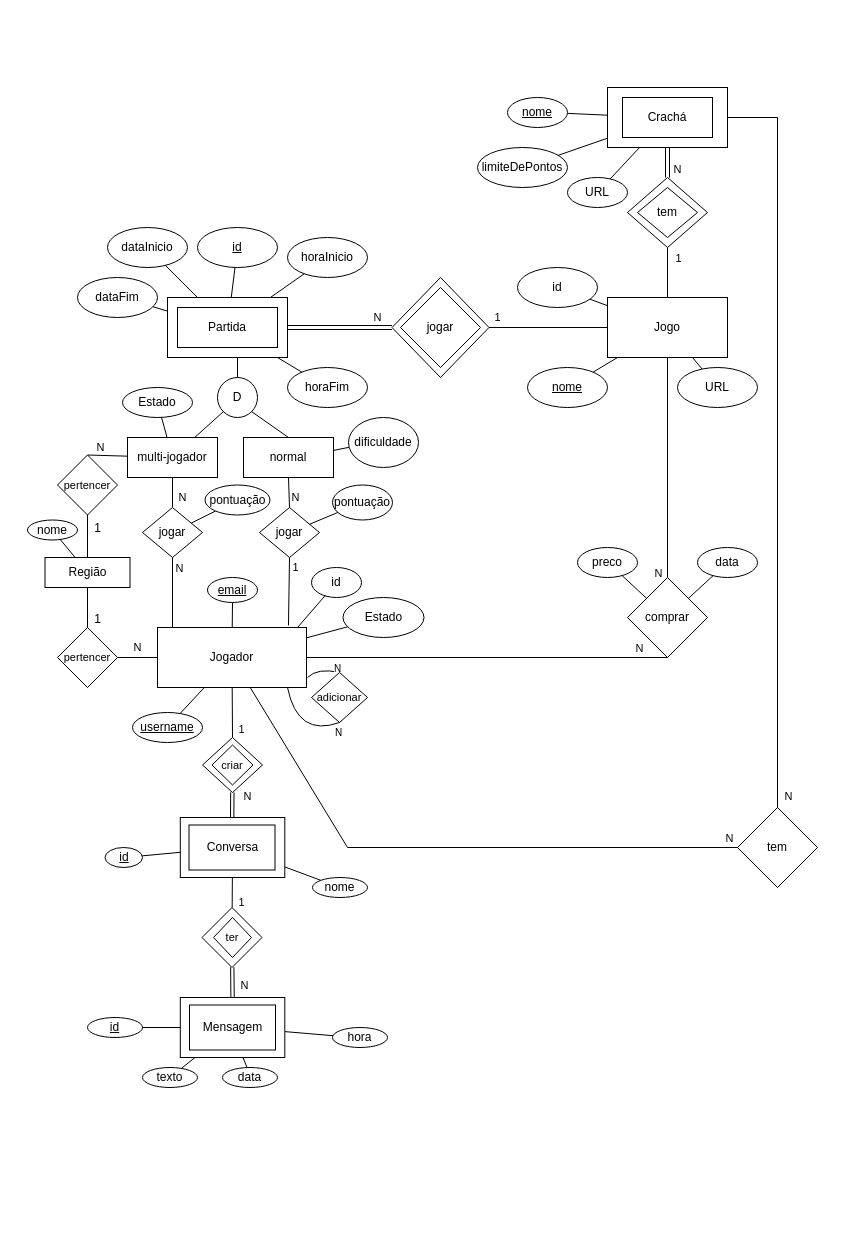
Before: Fase1.drawio in DiogoFAS/LEIC-42D-SI, a draw.io diagram. Source tidied: cells renumbered, new cells numbered last; positions are measured from the earlier drawing's top-left corner, leaving out a move shared by most shapes. Both pictures are drawn from the tidied source at 100%, with x=0, y=0 at pixel (27, 87).
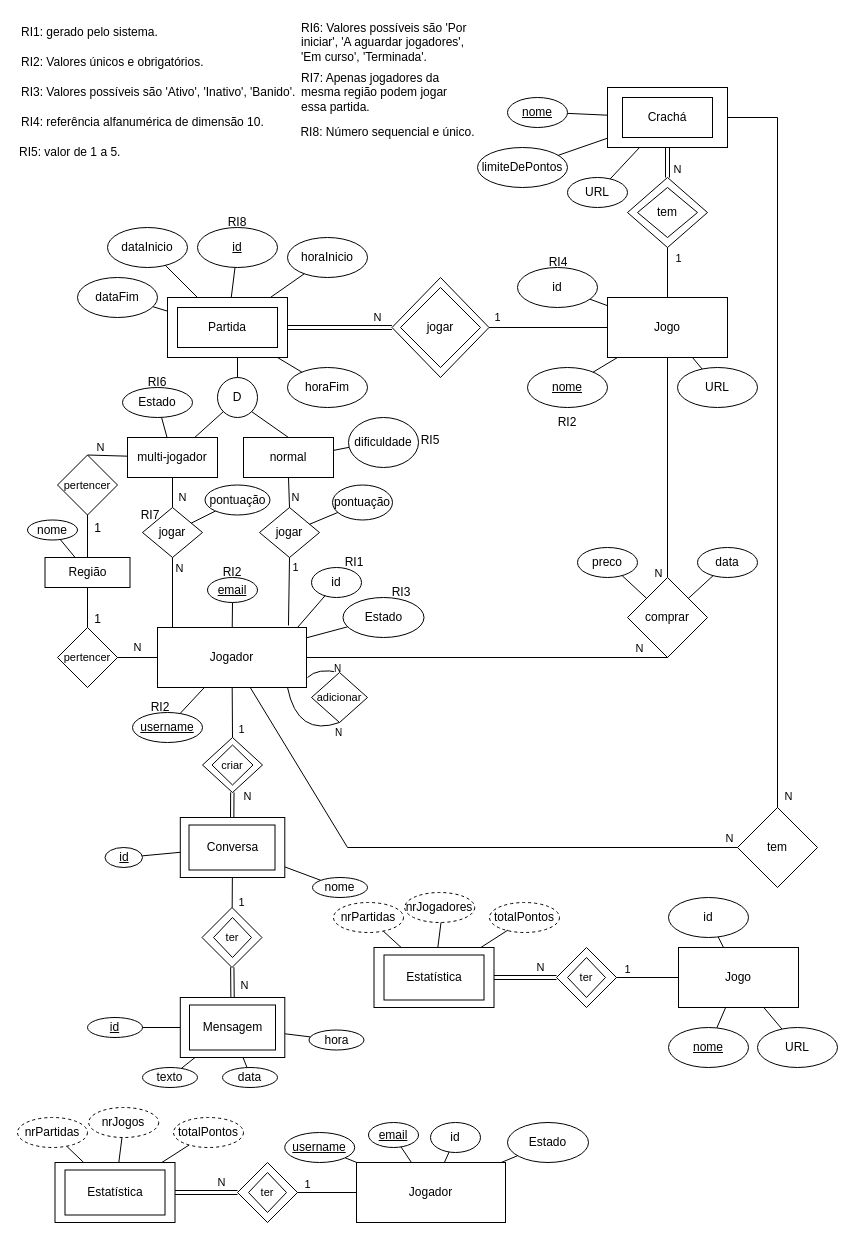
The same page after the edit.

What changed in the source:
```diff
@@
     <mxCell id="100" value="hora" style="ellipse;whiteSpace=wrap;html=1;fontStyle=0;" parent="1" vertex="1">
-      <mxGeometry x="305" y="940" width="55" height="20" as="geometry" />
+      <mxGeometry x="281.5" y="942.5" width="55" height="20" as="geometry" />
     </mxCell>
@@
+    <mxCell id="121" value="Jogador" style="rounded=0;whiteSpace=wrap;html=1;" parent="1" vertex="1">
+      <mxGeometry x="329" y="1075" width="149" height="60" as="geometry" />
+    </mxCell>
+    <mxCell id="122" value="id" style="ellipse;whiteSpace=wrap;html=1;" parent="1" vertex="1">
+      <mxGeometry x="403" y="1035" width="50" height="30" as="geometry" />
+    </mxCell>
+    <mxCell id="123" style="endArrow=none;html=1;rounded=0;" parent="1" edge="1" source="122" target="121">
+      <mxGeometry relative="1" as="geometry" />
+    </mxCell>
+    <mxCell id="124" value="&lt;u&gt;email&lt;/u&gt;" style="ellipse;whiteSpace=wrap;html=1;" parent="1" vertex="1">
+      <mxGeometry x="341" y="1035" width="50" height="25" as="geometry" />
+    </mxCell>
+    <mxCell id="125" style="endArrow=none;html=1;rounded=0;" parent="1" edge="1" source="124" target="121">
+      <mxGeometry relative="1" as="geometry" />
+    </mxCell>
+    <mxCell id="126" value="&lt;u&gt;username&lt;/u&gt;" style="ellipse;whiteSpace=wrap;html=1;" parent="1" vertex="1">
+      <mxGeometry x="257.2" y="1045" width="70" height="30" as="geometry" />
+    </mxCell>
+    <mxCell id="127" style="endArrow=none;html=1;rounded=0;" parent="1" edge="1" source="126" target="121">
+      <mxGeometry relative="1" as="geometry" />
+    </mxCell>
+    <mxCell id="128" value="Estado" style="ellipse;whiteSpace=wrap;html=1;" parent="1" vertex="1">
+      <mxGeometry x="480" y="1035" width="81" height="40" as="geometry" />
+    </mxCell>
+    <mxCell id="129" style="endArrow=none;html=1;rounded=0;" parent="1" edge="1" source="128" target="121">
+      <mxGeometry relative="1" as="geometry" />
+    </mxCell>
+    <mxCell id="130" value="ter" style="rhombus;whiteSpace=wrap;html=1;fontSize=11;" parent="1" vertex="1">
+      <mxGeometry x="210" y="1075" width="60" height="60" as="geometry" />
+    </mxCell>
+    <mxCell id="131" style="rhombus;whiteSpace=wrap;html=1;fontSize=11;fillColor=none;" parent="1" vertex="1">
+      <mxGeometry x="221" y="1085" width="38" height="40" as="geometry" />
+    </mxCell>
+    <mxCell id="132" style="endArrow=none;html=1;rounded=0;exitX=1;exitY=0.5;exitDx=0;exitDy=0;entryX=0;entryY=0.5;entryDx=0;entryDy=0;" parent="1" edge="1" source="130" target="121">
+      <mxGeometry relative="1" as="geometry" />
+    </mxCell>
+    <mxCell id="133" value="1" style="edgeLabel;html=1;align=center;verticalAlign=middle;" parent="132" vertex="1">
+      <mxGeometry x="-0.41" y="1" relative="1" as="geometry">
+        <mxPoint x="-8" y="-8" as="offset" />
+      </mxGeometry>
+    </mxCell>
+    <mxCell id="134" value="Estatística" style="rounded=0;whiteSpace=wrap;html=1;" parent="1" vertex="1">
+      <mxGeometry x="27.5" y="1075" width="120" height="60" as="geometry" />
+    </mxCell>
+    <mxCell id="135" style="endArrow=none;html=1;rounded=0;exitX=1;exitY=0.5;exitDx=0;exitDy=0;entryX=0;entryY=0.5;entryDx=0;entryDy=0;shape=link;" parent="1" edge="1" source="134" target="130">
+      <mxGeometry relative="1" as="geometry" />
+    </mxCell>
+    <mxCell id="136" value="N" style="edgeLabel;html=1;align=center;verticalAlign=middle;" parent="135" vertex="1">
+      <mxGeometry x="0.16" y="1" relative="1" as="geometry">
+        <mxPoint x="10" y="-10" as="offset" />
+      </mxGeometry>
+    </mxCell>
+    <mxCell id="137" value="nrPartidas" style="ellipse;whiteSpace=wrap;html=1;dashed=1;" parent="1" vertex="1">
+      <mxGeometry x="-10" y="1030" width="70" height="30" as="geometry" />
+    </mxCell>
+    <mxCell id="138" style="endArrow=none;html=1;rounded=0;" parent="1" edge="1" source="134" target="137">
+      <mxGeometry relative="1" as="geometry" />
+    </mxCell>
+    <mxCell id="139" value="nrJogos" style="ellipse;whiteSpace=wrap;html=1;dashed=1;" parent="1" vertex="1">
+      <mxGeometry x="61.2" y="1020" width="70" height="30" as="geometry" />
+    </mxCell>
+    <mxCell id="140" style="endArrow=none;html=1;rounded=0;" parent="1" edge="1" source="134" target="139">
+      <mxGeometry relative="1" as="geometry" />
+    </mxCell>
+    <mxCell id="141" value="totalPontos" style="ellipse;whiteSpace=wrap;html=1;dashed=1;" parent="1" vertex="1">
+      <mxGeometry x="146" y="1030" width="70" height="30" as="geometry" />
+    </mxCell>
+    <mxCell id="142" style="endArrow=none;html=1;rounded=0;" parent="1" edge="1" source="134" target="141">
+      <mxGeometry relative="1" as="geometry" />
+    </mxCell>
+    <mxCell id="143" style="rounded=0;whiteSpace=wrap;html=1;fillColor=none;" parent="1" vertex="1">
+      <mxGeometry x="37.5" y="1082.5" width="100" height="45" as="geometry" />
+    </mxCell>
+    <mxCell id="144" value="Jogo" style="rounded=0;whiteSpace=wrap;html=1;" parent="1" vertex="1">
+      <mxGeometry x="651" y="860" width="120" height="60" as="geometry" />
+    </mxCell>
+    <mxCell id="145" style="endArrow=none;html=1;rounded=0;" parent="1" edge="1" source="146" target="144">
+      <mxGeometry relative="1" as="geometry" />
+    </mxCell>
+    <mxCell id="146" value="id" style="ellipse;whiteSpace=wrap;html=1;" parent="1" vertex="1">
+      <mxGeometry x="641" y="810" width="80" height="40" as="geometry" />
+    </mxCell>
+    <mxCell id="147" value="&lt;u&gt;nome&lt;/u&gt;" style="ellipse;whiteSpace=wrap;html=1;" parent="1" vertex="1">
+      <mxGeometry x="641" y="940" width="80" height="40" as="geometry" />
+    </mxCell>
+    <mxCell id="148" style="endArrow=none;html=1;rounded=0;" parent="1" edge="1" source="147" target="144">
+      <mxGeometry relative="1" as="geometry" />
+    </mxCell>
+    <mxCell id="149" value="URL" style="ellipse;whiteSpace=wrap;html=1;" parent="1" vertex="1">
+      <mxGeometry x="730" y="940" width="80" height="40" as="geometry" />
+    </mxCell>
+    <mxCell id="150" style="endArrow=none;html=1;rounded=0;" parent="1" edge="1" source="144" target="149">
+      <mxGeometry relative="1" as="geometry" />
+    </mxCell>
+    <mxCell id="151" value="ter" style="rhombus;whiteSpace=wrap;html=1;fontSize=11;" parent="1" vertex="1">
+      <mxGeometry x="529" y="860" width="60" height="60" as="geometry" />
+    </mxCell>
+    <mxCell id="152" style="rhombus;whiteSpace=wrap;html=1;fontSize=11;fillColor=none;" parent="1" vertex="1">
+      <mxGeometry x="540" y="870" width="38" height="40" as="geometry" />
+    </mxCell>
+    <mxCell id="153" value="Estatística" style="rounded=0;whiteSpace=wrap;html=1;" parent="1" vertex="1">
+      <mxGeometry x="346.5" y="860" width="120" height="60" as="geometry" />
+    </mxCell>
+    <mxCell id="154" style="endArrow=none;html=1;rounded=0;exitX=1;exitY=0.5;exitDx=0;exitDy=0;entryX=0;entryY=0.5;entryDx=0;entryDy=0;shape=link;" parent="1" edge="1" source="153" target="151">
+      <mxGeometry relative="1" as="geometry" />
+    </mxCell>
+    <mxCell id="155" value="N" style="edgeLabel;html=1;align=center;verticalAlign=middle;" parent="154" vertex="1">
+      <mxGeometry x="0.16" y="1" relative="1" as="geometry">
+        <mxPoint x="10" y="-10" as="offset" />
+      </mxGeometry>
+    </mxCell>
+    <mxCell id="156" value="nrPartidas" style="ellipse;whiteSpace=wrap;html=1;dashed=1;" parent="1" vertex="1">
+      <mxGeometry x="306" y="815" width="70" height="30" as="geometry" />
+    </mxCell>
+    <mxCell id="157" style="endArrow=none;html=1;rounded=0;" parent="1" edge="1" source="153" target="156">
+      <mxGeometry relative="1" as="geometry" />
+    </mxCell>
+    <mxCell id="158" value="nrJogadores" style="ellipse;whiteSpace=wrap;html=1;dashed=1;" parent="1" vertex="1">
+      <mxGeometry x="377.2" y="805" width="70" height="30" as="geometry" />
+    </mxCell>
+    <mxCell id="159" style="endArrow=none;html=1;rounded=0;" parent="1" edge="1" source="153">
+      <mxGeometry relative="1" as="geometry">
+        <mxPoint x="413.5" y="835" as="targetPoint" />
+      </mxGeometry>
+    </mxCell>
+    <mxCell id="160" value="totalPontos" style="ellipse;whiteSpace=wrap;html=1;dashed=1;" parent="1" vertex="1">
+      <mxGeometry x="462" y="815" width="70" height="30" as="geometry" />
+    </mxCell>
+    <mxCell id="161" style="endArrow=none;html=1;rounded=0;" parent="1" edge="1" source="153">
+      <mxGeometry relative="1" as="geometry">
+        <mxPoint x="480.6" y="842.5" as="targetPoint" />
+      </mxGeometry>
+    </mxCell>
+    <mxCell id="162" style="rounded=0;whiteSpace=wrap;html=1;fillColor=none;" parent="1" vertex="1">
+      <mxGeometry x="356.5" y="867.5" width="100" height="45" as="geometry" />
+    </mxCell>
+    <mxCell id="163" style="endArrow=none;html=1;rounded=0;exitX=1;exitY=0.5;exitDx=0;exitDy=0;entryX=0;entryY=0.5;entryDx=0;entryDy=0;" parent="1" edge="1" source="151" target="144">
+      <mxGeometry relative="1" as="geometry" />
+    </mxCell>
+    <mxCell id="164" value="1" style="edgeLabel;html=1;align=center;verticalAlign=middle;" parent="163" vertex="1">
+      <mxGeometry x="-0.41" y="1" relative="1" as="geometry">
+        <mxPoint x="-8" y="-8" as="offset" />
+      </mxGeometry>
+    </mxCell>
+    <mxCell id="165" value="RI2" style="text;html=1;strokeColor=none;fillColor=none;align=center;verticalAlign=middle;whiteSpace=wrap;rounded=0;" parent="1" vertex="1">
+      <mxGeometry x="174.5" y="470" width="60" height="30" as="geometry" />
+    </mxCell>
+    <mxCell id="166" value="RI1" style="text;html=1;strokeColor=none;fillColor=none;align=center;verticalAlign=middle;whiteSpace=wrap;rounded=0;" parent="1" vertex="1">
+      <mxGeometry x="296.5" y="460" width="60" height="30" as="geometry" />
+    </mxCell>
+    <mxCell id="167" value="RI2" style="text;html=1;strokeColor=none;fillColor=none;align=center;verticalAlign=middle;whiteSpace=wrap;rounded=0;" parent="1" vertex="1">
+      <mxGeometry x="102.5" y="605" width="60" height="30" as="geometry" />
+    </mxCell>
+    <mxCell id="168" value="RI1: gerado pelo sistema." style="text;html=1;strokeColor=none;fillColor=none;align=left;verticalAlign=middle;whiteSpace=wrap;rounded=0;" parent="1" vertex="1">
+      <mxGeometry x="-8.5" y="-70" width="140" height="30" as="geometry" />
+    </mxCell>
+    <mxCell id="169" value="RI2: Valores únicos e obrigatórios." style="text;html=1;strokeColor=none;fillColor=none;align=left;verticalAlign=middle;whiteSpace=wrap;rounded=0;" parent="1" vertex="1">
+      <mxGeometry x="-8.5" y="-40" width="190" height="30" as="geometry" />
+    </mxCell>
+    <mxCell id="170" value="RI3: Valores possíveis são 'Ativo', 'Inativo', 'Banido'." style="text;html=1;strokeColor=none;fillColor=none;align=left;verticalAlign=middle;whiteSpace=wrap;rounded=0;" parent="1" vertex="1">
+      <mxGeometry x="-8.5" y="-10" width="280" height="30" as="geometry" />
+    </mxCell>
+    <mxCell id="171" value="RI3" style="text;html=1;strokeColor=none;fillColor=none;align=center;verticalAlign=middle;whiteSpace=wrap;rounded=0;" parent="1" vertex="1">
+      <mxGeometry x="344" y="490" width="60" height="30" as="geometry" />
+    </mxCell>
+    <mxCell id="172" value="RI4:&amp;nbsp;referência alfanumérica de dimensão 10." style="text;html=1;strokeColor=none;fillColor=none;align=left;verticalAlign=middle;whiteSpace=wrap;rounded=0;" parent="1" vertex="1">
+      <mxGeometry x="-8.5" y="20" width="250" height="30" as="geometry" />
+    </mxCell>
+    <mxCell id="173" value="RI4" style="text;html=1;strokeColor=none;fillColor=none;align=center;verticalAlign=middle;whiteSpace=wrap;rounded=0;" parent="1" vertex="1">
+      <mxGeometry x="501" y="160" width="60" height="30" as="geometry" />
+    </mxCell>
+    <mxCell id="174" value="RI2" style="text;html=1;strokeColor=none;fillColor=none;align=center;verticalAlign=middle;whiteSpace=wrap;rounded=0;" parent="1" vertex="1">
+      <mxGeometry x="510" y="320" width="60" height="30" as="geometry" />
+    </mxCell>
+    <mxCell id="175" value="RI5: valor de 1 a 5." style="text;html=1;strokeColor=none;fillColor=none;align=left;verticalAlign=middle;whiteSpace=wrap;rounded=0;" parent="1" vertex="1">
+      <mxGeometry x="-10" y="50" width="120" height="30" as="geometry" />
+    </mxCell>
+    <mxCell id="176" value="RI5" style="text;html=1;strokeColor=none;fillColor=none;align=center;verticalAlign=middle;whiteSpace=wrap;rounded=0;" parent="1" vertex="1">
+      <mxGeometry x="373" y="337.5" width="60" height="30" as="geometry" />
+    </mxCell>
+    <mxCell id="177" value="RI6: Valores possíveis são 'Por iniciar', 'A aguardar jogadores', 'Em curso', 'Terminada'." style="text;html=1;strokeColor=none;fillColor=none;align=left;verticalAlign=middle;whiteSpace=wrap;rounded=0;" parent="1" vertex="1">
+      <mxGeometry x="271.5" y="-70" width="170" height="50" as="geometry" />
+    </mxCell>
+    <mxCell id="178" value="RI6" style="text;html=1;strokeColor=none;fillColor=none;align=center;verticalAlign=middle;whiteSpace=wrap;rounded=0;" parent="1" vertex="1">
+      <mxGeometry x="100" y="280" width="60" height="30" as="geometry" />
+    </mxCell>
+    <mxCell id="179" value="RI7: Apenas jogadores da mesma região podem jogar essa partida." style="text;html=1;strokeColor=none;fillColor=none;align=left;verticalAlign=middle;whiteSpace=wrap;rounded=0;" parent="1" vertex="1">
+      <mxGeometry x="271.5" y="-20" width="150" height="50" as="geometry" />
+    </mxCell>
+    <mxCell id="180" value="RI7" style="text;html=1;strokeColor=none;fillColor=none;align=center;verticalAlign=middle;whiteSpace=wrap;rounded=0;" parent="1" vertex="1">
+      <mxGeometry x="92.8" y="413" width="60" height="30" as="geometry" />
+    </mxCell>
+    <mxCell id="181" value="RI8: Número sequencial e único." style="text;html=1;strokeColor=none;fillColor=none;align=center;verticalAlign=middle;whiteSpace=wrap;rounded=0;" parent="1" vertex="1">
+      <mxGeometry x="271" y="30" width="179" height="30" as="geometry" />
+    </mxCell>
+    <mxCell id="182" value="RI8" style="text;html=1;strokeColor=none;fillColor=none;align=center;verticalAlign=middle;whiteSpace=wrap;rounded=0;" parent="1" vertex="1">
+      <mxGeometry x="180" y="120" width="60" height="30" as="geometry" />
+    </mxCell>
```
